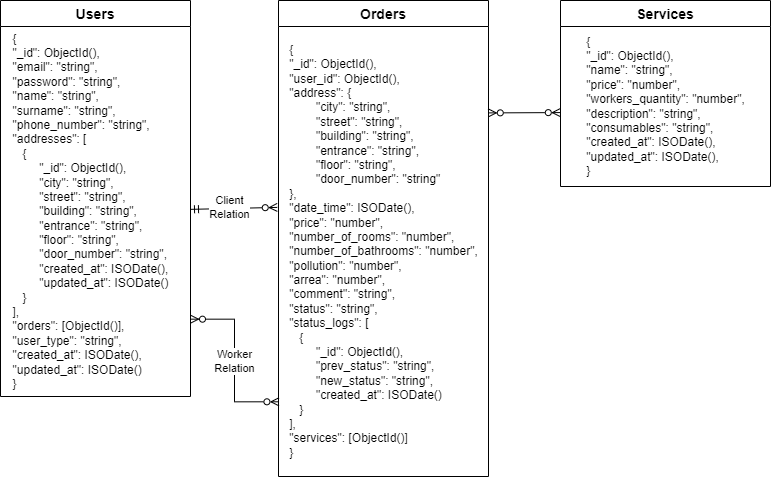
moevm/nosql2h24-cleaning keeps this draw.io diagram as assets/nosql.png. Above is the earlier version. Source tidied: cells renumbered, new cells last; positions are measured from the earlier drawing's top-left corner, leaving out a move shared by most shapes.
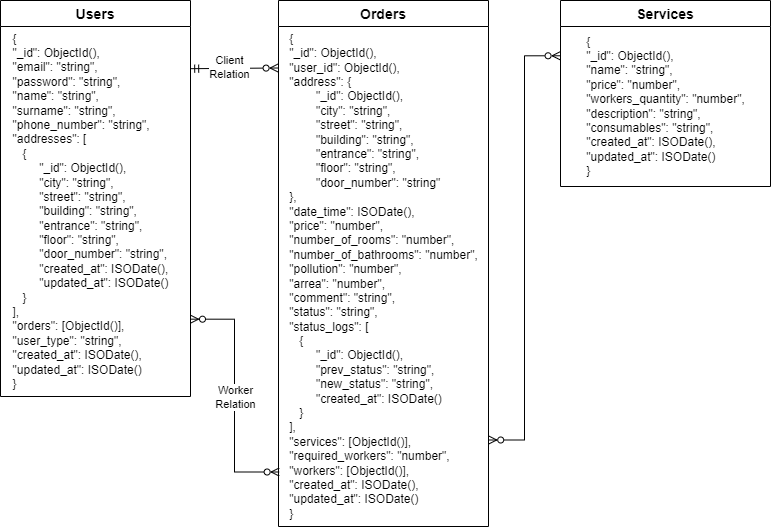
Above is the later version.

Commit message:
update: nosql scheme

What changed in the source:
```diff
@@ -9,12 +9,12 @@
       <mxGeometry y="26" width="190" height="370" as="geometry" />
     </mxCell>
     <mxCell id="4" value="Orders" style="swimlane;fontStyle=1;horizontal=1;startSize=26;align=center;fontSize=14;" parent="1" vertex="1">
-      <mxGeometry x="278" width="210" height="476" as="geometry" />
+      <mxGeometry x="278" width="210" height="526" as="geometry" />
     </mxCell>
-    <mxCell id="5" value="&lt;div style=&quot;text-align: justify;&quot;&gt;&lt;span style=&quot;background-color: initial;&quot;&gt;{&lt;/span&gt;&lt;/div&gt;&lt;div style=&quot;text-align: justify;&quot;&gt;&lt;span style=&quot;background-color: initial;&quot;&gt;&quot;_id&quot;: ObjectId(),&lt;/span&gt;&lt;/div&gt;&lt;div style=&quot;text-align: justify;&quot;&gt;&quot;user_id&quot;: ObjectId(),&lt;/div&gt;&lt;div style=&quot;text-align: justify;&quot;&gt;&quot;address&quot;:&amp;nbsp;&lt;span style=&quot;background-color: initial;&quot;&gt;{&lt;/span&gt;&lt;/div&gt;&lt;div style=&quot;text-align: justify;&quot;&gt;&lt;span style=&quot;white-space-collapse: preserve;&quot;&gt;&#9;&lt;/span&gt;&quot;city&quot;: &quot;string&quot;,&lt;br&gt;&lt;/div&gt;&lt;div style=&quot;text-align: justify;&quot;&gt;&lt;span style=&quot;white-space-collapse: preserve;&quot;&gt;&#9;&lt;/span&gt;&quot;street&quot;: &quot;string&quot;,&lt;br&gt;&lt;/div&gt;&lt;div style=&quot;text-align: justify;&quot;&gt;&lt;span style=&quot;white-space-collapse: preserve;&quot;&gt;&#9;&lt;/span&gt;&quot;building&quot;: &quot;string&quot;,&lt;br&gt;&lt;/div&gt;&lt;div style=&quot;text-align: justify;&quot;&gt;&lt;span style=&quot;white-space-collapse: preserve;&quot;&gt;&#9;&lt;/span&gt;&quot;entrance&quot;: &quot;string&quot;,&lt;br&gt;&lt;/div&gt;&lt;div style=&quot;text-align: justify;&quot;&gt;&lt;span style=&quot;white-space-collapse: preserve;&quot;&gt;&#9;&lt;/span&gt;&quot;floor&quot;: &quot;string&quot;,&lt;br&gt;&lt;/div&gt;&lt;div style=&quot;text-align: justify;&quot;&gt;&lt;span style=&quot;background-color: initial; white-space-collapse: preserve;&quot;&gt;&#9;&lt;/span&gt;&lt;span style=&quot;background-color: initial;&quot;&gt;&quot;door_number&quot;: &quot;string&quot;&lt;/span&gt;&lt;br&gt;&lt;/div&gt;&lt;div style=&quot;text-align: justify;&quot;&gt;}&lt;span style=&quot;background-color: initial;&quot;&gt;,&lt;/span&gt;&lt;/div&gt;&lt;div style=&quot;text-align: justify;&quot;&gt;&quot;date_time&quot;: ISODate(),&lt;span style=&quot;background-color: initial;&quot;&gt;&lt;br&gt;&lt;/span&gt;&lt;/div&gt;&lt;div style=&quot;text-align: justify;&quot;&gt;&lt;span style=&quot;background-color: initial;&quot;&gt;&quot;price&quot;: &quot;number&quot;,&lt;/span&gt;&lt;/div&gt;&lt;div style=&quot;text-align: justify;&quot;&gt;&quot;number_of_rooms&quot;: &quot;number&quot;,&lt;/div&gt;&lt;div style=&quot;text-align: justify;&quot;&gt;&quot;number_of_bathrooms&quot;: &quot;number&quot;,&lt;/div&gt;&lt;div style=&quot;text-align: justify;&quot;&gt;&quot;pollution&quot;: &quot;number&quot;,&lt;/div&gt;&lt;div style=&quot;text-align: justify;&quot;&gt;&quot;arrea&quot;: &quot;number&quot;,&lt;/div&gt;&lt;div style=&quot;text-align: justify;&quot;&gt;&quot;&lt;span style=&quot;white-space: pre-wrap;&quot; class=&quot;EzKURWReUAB5oZgtQNkl&quot;&gt;comment&lt;/span&gt;&quot;: &quot;string&quot;,&lt;/div&gt;&lt;div style=&quot;text-align: justify;&quot;&gt;&lt;span style=&quot;background-color: initial;&quot;&gt;&quot;status&quot;: &quot;string&quot;,&lt;/span&gt;&lt;/div&gt;&lt;div style=&quot;text-align: justify;&quot;&gt;&quot;status_logs&quot;: [&lt;/div&gt;&lt;div style=&quot;text-align: justify;&quot;&gt;&amp;nbsp; &amp;nbsp;{&lt;/div&gt;&lt;div style=&quot;text-align: justify;&quot;&gt;&lt;span style=&quot;white-space: pre;&quot;&gt;&#9;&lt;/span&gt;&quot;_id&quot;: ObjectId(),&lt;br&gt;&lt;/div&gt;&lt;div style=&quot;text-align: justify;&quot;&gt;&lt;span style=&quot;white-space: pre;&quot;&gt;&#9;&lt;/span&gt;&quot;prev_status&quot;: &quot;string&quot;,&lt;br&gt;&lt;/div&gt;&lt;div style=&quot;text-align: justify;&quot;&gt;&lt;span style=&quot;white-space: pre;&quot;&gt;&#9;&lt;/span&gt;&quot;&lt;span style=&quot;background-color: initial;&quot;&gt;new_status&lt;/span&gt;&lt;span style=&quot;background-color: initial;&quot;&gt;&quot;: &quot;string&quot;,&lt;/span&gt;&lt;/div&gt;&lt;div style=&quot;text-align: justify;&quot;&gt;&lt;span style=&quot;background-color: initial;&quot;&gt;&lt;span style=&quot;white-space: pre;&quot;&gt;&#9;&lt;/span&gt;&quot;created_at&quot;: ISODate()&lt;br&gt;&lt;/span&gt;&lt;/div&gt;&lt;div style=&quot;text-align: justify;&quot;&gt;&amp;nbsp; &amp;nbsp;}&amp;nbsp; &amp;nbsp;&lt;/div&gt;&lt;div style=&quot;text-align: justify;&quot;&gt;],&lt;/div&gt;&lt;div style=&quot;text-align: justify;&quot;&gt;&quot;services&quot;: [ObjectId()]&lt;/div&gt;&lt;div style=&quot;text-align: justify;&quot;&gt;&lt;span style=&quot;background-color: initial;&quot;&gt;}&lt;/span&gt;&lt;br&gt;&lt;/div&gt;" style="text;html=1;align=center;verticalAlign=middle;points=[];strokeColor=none;fillColor=none;" parent="4" vertex="1">
-      <mxGeometry y="26" width="210" height="450" as="geometry" />
+    <mxCell id="5" value="&lt;div style=&quot;text-align: justify;&quot;&gt;&lt;span style=&quot;background-color: initial;&quot;&gt;{&lt;/span&gt;&lt;/div&gt;&lt;div style=&quot;text-align: justify;&quot;&gt;&lt;span style=&quot;background-color: initial;&quot;&gt;&quot;_id&quot;: ObjectId(),&lt;/span&gt;&lt;/div&gt;&lt;div style=&quot;text-align: justify;&quot;&gt;&quot;user_id&quot;: ObjectId(),&lt;/div&gt;&lt;div style=&quot;text-align: justify;&quot;&gt;&quot;address&quot;:&amp;nbsp;&lt;span style=&quot;background-color: initial;&quot;&gt;{&lt;/span&gt;&lt;/div&gt;&lt;div style=&quot;text-align: justify;&quot;&gt;&lt;span style=&quot;background-color: initial;&quot;&gt;&lt;span style=&quot;white-space: pre;&quot;&gt;&#9;&lt;/span&gt;&quot;_id&quot;: ObjectId(),&lt;br&gt;&lt;/span&gt;&lt;/div&gt;&lt;div style=&quot;text-align: justify;&quot;&gt;&lt;span style=&quot;white-space-collapse: preserve;&quot;&gt;&#9;&lt;/span&gt;&quot;city&quot;: &quot;string&quot;,&lt;br&gt;&lt;/div&gt;&lt;div style=&quot;text-align: justify;&quot;&gt;&lt;span style=&quot;white-space-collapse: preserve;&quot;&gt;&#9;&lt;/span&gt;&quot;street&quot;: &quot;string&quot;,&lt;br&gt;&lt;/div&gt;&lt;div style=&quot;text-align: justify;&quot;&gt;&lt;span style=&quot;white-space-collapse: preserve;&quot;&gt;&#9;&lt;/span&gt;&quot;building&quot;: &quot;string&quot;,&lt;br&gt;&lt;/div&gt;&lt;div style=&quot;text-align: justify;&quot;&gt;&lt;span style=&quot;white-space-collapse: preserve;&quot;&gt;&#9;&lt;/span&gt;&quot;entrance&quot;: &quot;string&quot;,&lt;br&gt;&lt;/div&gt;&lt;div style=&quot;text-align: justify;&quot;&gt;&lt;span style=&quot;white-space-collapse: preserve;&quot;&gt;&#9;&lt;/span&gt;&quot;floor&quot;: &quot;string&quot;,&lt;br&gt;&lt;/div&gt;&lt;div style=&quot;text-align: justify;&quot;&gt;&lt;span style=&quot;background-color: initial; white-space-collapse: preserve;&quot;&gt;&#9;&lt;/span&gt;&lt;span style=&quot;background-color: initial;&quot;&gt;&quot;door_number&quot;: &quot;string&quot;&lt;/span&gt;&lt;br&gt;&lt;/div&gt;&lt;div style=&quot;text-align: justify;&quot;&gt;}&lt;span style=&quot;background-color: initial;&quot;&gt;,&lt;/span&gt;&lt;/div&gt;&lt;div style=&quot;text-align: justify;&quot;&gt;&quot;date_time&quot;: ISODate(),&lt;span style=&quot;background-color: initial;&quot;&gt;&lt;br&gt;&lt;/span&gt;&lt;/div&gt;&lt;div style=&quot;text-align: justify;&quot;&gt;&lt;span style=&quot;background-color: initial;&quot;&gt;&quot;price&quot;: &quot;number&quot;,&lt;/span&gt;&lt;/div&gt;&lt;div style=&quot;text-align: justify;&quot;&gt;&quot;number_of_rooms&quot;: &quot;number&quot;,&lt;/div&gt;&lt;div style=&quot;text-align: justify;&quot;&gt;&quot;number_of_bathrooms&quot;: &quot;number&quot;,&lt;/div&gt;&lt;div style=&quot;text-align: justify;&quot;&gt;&quot;pollution&quot;: &quot;number&quot;,&lt;/div&gt;&lt;div style=&quot;text-align: justify;&quot;&gt;&quot;arrea&quot;: &quot;number&quot;,&lt;/div&gt;&lt;div style=&quot;text-align: justify;&quot;&gt;&quot;&lt;span style=&quot;white-space: pre-wrap;&quot; class=&quot;EzKURWReUAB5oZgtQNkl&quot;&gt;comment&lt;/span&gt;&quot;: &quot;string&quot;,&lt;/div&gt;&lt;div style=&quot;text-align: justify;&quot;&gt;&lt;span style=&quot;background-color: initial;&quot;&gt;&quot;status&quot;: &quot;string&quot;,&lt;/span&gt;&lt;/div&gt;&lt;div style=&quot;text-align: justify;&quot;&gt;&quot;status_logs&quot;: [&lt;/div&gt;&lt;div style=&quot;text-align: justify;&quot;&gt;&amp;nbsp; &amp;nbsp;{&lt;/div&gt;&lt;div style=&quot;text-align: justify;&quot;&gt;&lt;span style=&quot;white-space: pre;&quot;&gt;&#9;&lt;/span&gt;&quot;_id&quot;: ObjectId(),&lt;br&gt;&lt;/div&gt;&lt;div style=&quot;text-align: justify;&quot;&gt;&lt;span style=&quot;white-space: pre;&quot;&gt;&#9;&lt;/span&gt;&quot;prev_status&quot;: &quot;string&quot;,&lt;br&gt;&lt;/div&gt;&lt;div style=&quot;text-align: justify;&quot;&gt;&lt;span style=&quot;white-space: pre;&quot;&gt;&#9;&lt;/span&gt;&quot;&lt;span style=&quot;background-color: initial;&quot;&gt;new_status&lt;/span&gt;&lt;span style=&quot;background-color: initial;&quot;&gt;&quot;: &quot;string&quot;,&lt;/span&gt;&lt;/div&gt;&lt;div style=&quot;text-align: justify;&quot;&gt;&lt;span style=&quot;background-color: initial;&quot;&gt;&lt;span style=&quot;white-space: pre;&quot;&gt;&#9;&lt;/span&gt;&quot;created_at&quot;: ISODate()&lt;br&gt;&lt;/span&gt;&lt;/div&gt;&lt;div style=&quot;text-align: justify;&quot;&gt;&amp;nbsp; &amp;nbsp;}&amp;nbsp; &amp;nbsp;&lt;/div&gt;&lt;div style=&quot;text-align: justify;&quot;&gt;],&lt;/div&gt;&lt;div style=&quot;text-align: justify;&quot;&gt;&quot;services&quot;: [ObjectId()],&lt;/div&gt;&lt;div style=&quot;text-align: justify;&quot;&gt;&quot;required_workers&quot;: &quot;number&quot;,&lt;/div&gt;&lt;div style=&quot;text-align: justify;&quot;&gt;&quot;workers&quot;: [ObjectId()],&lt;/div&gt;&lt;div style=&quot;text-align: justify;&quot;&gt;&lt;div&gt;&lt;span style=&quot;background-color: initial;&quot;&gt;&quot;created_at&quot;: ISODate(),&lt;/span&gt;&lt;/div&gt;&lt;div&gt;&lt;span style=&quot;background-color: initial;&quot;&gt;&quot;updated_at&quot;: ISODate()&lt;/span&gt;&lt;/div&gt;&lt;/div&gt;&lt;div style=&quot;text-align: justify;&quot;&gt;&lt;span style=&quot;background-color: initial;&quot;&gt;}&lt;/span&gt;&lt;br&gt;&lt;/div&gt;" style="text;html=1;align=center;verticalAlign=middle;points=[];strokeColor=none;fillColor=none;" parent="4" vertex="1">
+      <mxGeometry y="26" width="210" height="500" as="geometry" />
     </mxCell>
-    <mxCell id="6" style="rounded=0;jettySize=auto;html=1;entryX=-0.006;entryY=0.402;entryDx=0;entryDy=0;entryPerimeter=0;endArrow=ERzeroToMany;endFill=0;startArrow=ERmandOne;startFill=0;" parent="1" edge="1" source="3" target="5">
+    <mxCell id="6" style="rounded=0;jettySize=auto;html=1;entryX=-0.002;entryY=0.083;entryDx=0;entryDy=0;entryPerimeter=0;endArrow=ERzeroToMany;endFill=0;startArrow=ERmandOne;startFill=0;exitX=1.001;exitY=0.114;exitDx=0;exitDy=0;exitPerimeter=0;" parent="1" edge="1" source="3" target="5">
       <mxGeometry relative="1" as="geometry" />
     </mxCell>
     <mxCell id="7" value="Client&lt;div&gt;Relation&lt;/div&gt;" style="edgeLabel;html=1;align=center;verticalAlign=middle;" parent="6" vertex="1">
@@ -23,13 +23,13 @@
     <mxCell id="8" value="Services" style="swimlane;fontStyle=1;horizontal=1;startSize=26;align=center;fontSize=14;" parent="1" vertex="1">
       <mxGeometry x="560" width="210" height="186" as="geometry" />
     </mxCell>
-    <mxCell id="9" value="&lt;div style=&quot;text-align: justify;&quot;&gt;&lt;span style=&quot;background-color: initial;&quot;&gt;{&lt;/span&gt;&lt;/div&gt;&lt;div style=&quot;text-align: justify;&quot;&gt;&lt;span style=&quot;background-color: initial;&quot;&gt;&quot;_id&quot;: ObjectId(),&lt;/span&gt;&lt;/div&gt;&lt;div style=&quot;text-align: justify;&quot;&gt;&quot;name&quot;: &quot;string&quot;,&lt;/div&gt;&lt;div style=&quot;text-align: justify;&quot;&gt;&quot;price&quot;: &quot;number&quot;,&lt;/div&gt;&lt;div style=&quot;text-align: justify;&quot;&gt;&quot;workers_quantity&quot;: &quot;number&quot;,&lt;/div&gt;&lt;div style=&quot;text-align: justify;&quot;&gt;&quot;description&quot;: &quot;string&quot;,&lt;/div&gt;&lt;div style=&quot;text-align: justify;&quot;&gt;&quot;&lt;span style=&quot;white-space: pre-wrap;&quot; class=&quot;EzKURWReUAB5oZgtQNkl&quot;&gt;consumables&lt;/span&gt;&quot;: &quot;string&quot;,&lt;/div&gt;&lt;div style=&quot;text-align: justify;&quot;&gt;&lt;span style=&quot;background-color: initial;&quot;&gt;&quot;created_at&quot;: ISODate(),&lt;/span&gt;&lt;/div&gt;&lt;div style=&quot;text-align: justify;&quot;&gt;&lt;span style=&quot;background-color: initial;&quot;&gt;&quot;updated_at&quot;: ISODate(),&lt;/span&gt;&lt;/div&gt;&lt;div style=&quot;text-align: justify;&quot;&gt;&lt;span style=&quot;background-color: initial;&quot;&gt;}&lt;/span&gt;&lt;/div&gt;" style="text;html=1;align=center;verticalAlign=middle;points=[];strokeColor=none;fillColor=none;" parent="8" vertex="1">
+    <mxCell id="9" value="&lt;div style=&quot;text-align: justify;&quot;&gt;&lt;span style=&quot;background-color: initial;&quot;&gt;{&lt;/span&gt;&lt;/div&gt;&lt;div style=&quot;text-align: justify;&quot;&gt;&lt;span style=&quot;background-color: initial;&quot;&gt;&quot;_id&quot;: ObjectId(),&lt;/span&gt;&lt;/div&gt;&lt;div style=&quot;text-align: justify;&quot;&gt;&quot;name&quot;: &quot;string&quot;,&lt;/div&gt;&lt;div style=&quot;text-align: justify;&quot;&gt;&quot;price&quot;: &quot;number&quot;,&lt;/div&gt;&lt;div style=&quot;text-align: justify;&quot;&gt;&quot;workers_quantity&quot;: &quot;number&quot;,&lt;/div&gt;&lt;div style=&quot;text-align: justify;&quot;&gt;&quot;description&quot;: &quot;string&quot;,&lt;/div&gt;&lt;div style=&quot;text-align: justify;&quot;&gt;&quot;&lt;span style=&quot;white-space: pre-wrap;&quot; class=&quot;EzKURWReUAB5oZgtQNkl&quot;&gt;consumables&lt;/span&gt;&quot;: &quot;string&quot;,&lt;/div&gt;&lt;div style=&quot;text-align: justify;&quot;&gt;&lt;span style=&quot;background-color: initial;&quot;&gt;&quot;created_at&quot;: ISODate(),&lt;/span&gt;&lt;/div&gt;&lt;div style=&quot;text-align: justify;&quot;&gt;&lt;span style=&quot;background-color: initial;&quot;&gt;&quot;updated_at&quot;: ISODate()&lt;/span&gt;&lt;/div&gt;&lt;div style=&quot;text-align: justify;&quot;&gt;&lt;span style=&quot;background-color: initial;&quot;&gt;}&lt;/span&gt;&lt;/div&gt;" style="text;html=1;align=center;verticalAlign=middle;points=[];strokeColor=none;fillColor=none;" parent="8" vertex="1">
       <mxGeometry y="26" width="210" height="160" as="geometry" />
     </mxCell>
-    <mxCell id="10" style="rounded=0;jettySize=auto;html=1;entryX=0.999;entryY=0.192;entryDx=0;entryDy=0;entryPerimeter=0;endArrow=ERzeroToMany;endFill=0;startArrow=ERzeroToMany;startFill=0;exitX=-0.001;exitY=0.538;exitDx=0;exitDy=0;exitPerimeter=0;" parent="1" edge="1" source="9" target="5">
+    <mxCell id="10" style="rounded=0;jettySize=auto;html=1;entryX=1.001;entryY=0.827;entryDx=0;entryDy=0;entryPerimeter=0;endArrow=ERzeroToMany;endFill=0;startArrow=ERzeroToMany;startFill=0;exitX=-0.002;exitY=0.183;exitDx=0;exitDy=0;exitPerimeter=0;edgeStyle=orthogonalEdgeStyle;" parent="1" edge="1" source="9" target="5">
       <mxGeometry relative="1" as="geometry" />
     </mxCell>
-    <mxCell id="11" style="edgeStyle=orthogonalEdgeStyle;rounded=0;jettySize=auto;html=1;entryX=1;entryY=0.791;entryDx=0;entryDy=0;entryPerimeter=0;exitX=0.002;exitY=0.834;exitDx=0;exitDy=0;exitPerimeter=0;endArrow=ERzeroToMany;endFill=0;startArrow=ERzeroToMany;startFill=0;" parent="1" edge="1" source="5" target="3">
+    <mxCell id="11" style="edgeStyle=orthogonalEdgeStyle;rounded=0;jettySize=auto;html=1;entryX=1;entryY=0.791;entryDx=0;entryDy=0;entryPerimeter=0;exitX=0.003;exitY=0.891;exitDx=0;exitDy=0;exitPerimeter=0;endArrow=ERzeroToMany;endFill=0;startArrow=ERzeroToMany;startFill=0;" parent="1" edge="1" source="5" target="3">
       <mxGeometry relative="1" as="geometry" />
     </mxCell>
     <mxCell id="12" value="Worker&lt;div&gt;Relation&lt;/div&gt;" style="edgeLabel;html=1;align=center;verticalAlign=middle;" parent="11" vertex="1">
```
